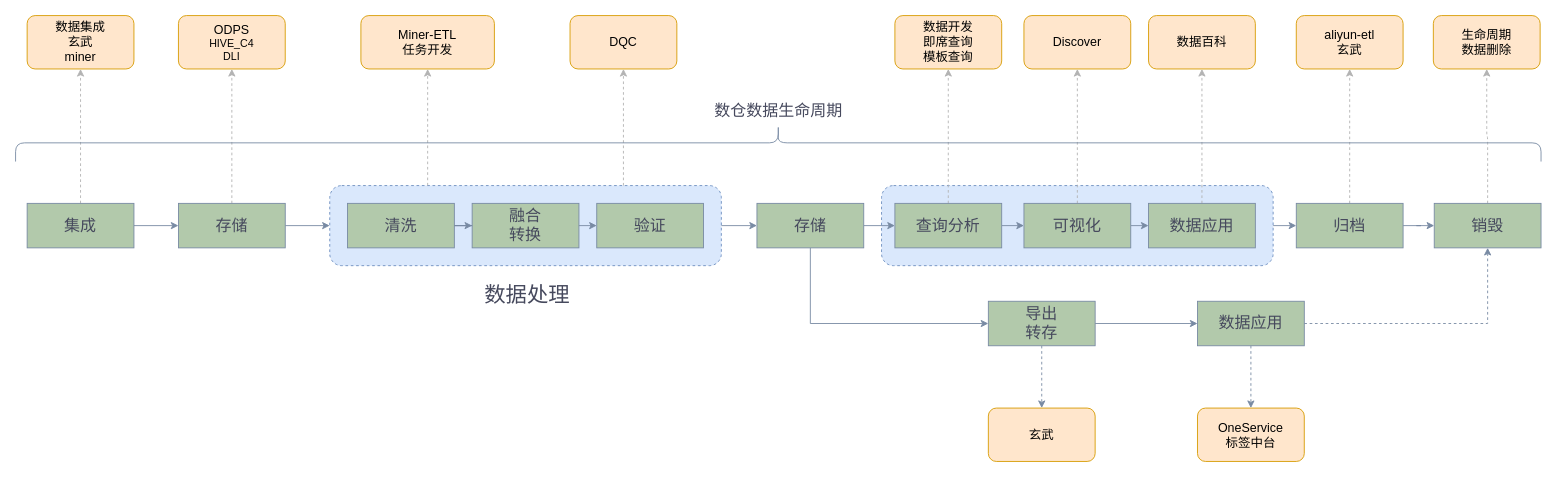
Earlier version of the draw.io diagram Untitled Diagram.drawio (hongweilv-whu/flowCharts). Source tidied: cells renumbered, new cells numbered last; positions are measured from the earlier drawing's top-left corner, leaving out a move shared by most shapes. Both pictures are drawn from the tidied source at 89%, with x=0, y=0 at pixel (15, 15).
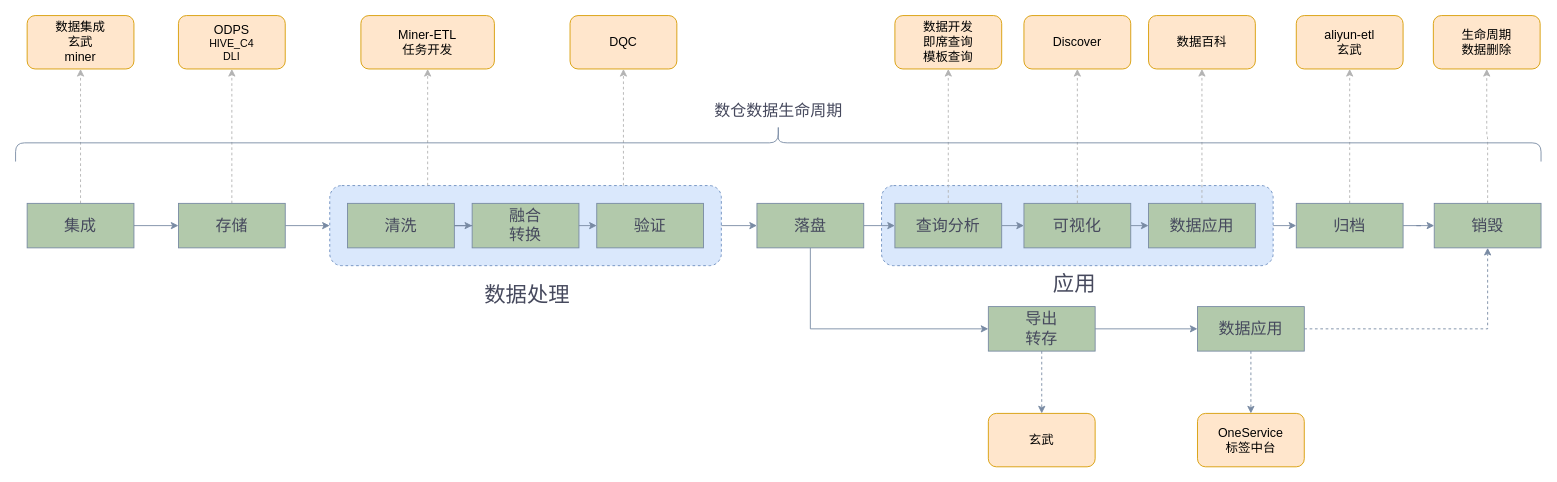
Above is the later version.

Diff of the diagram source:
```diff
@@
-    <mxCell id="11" value="&lt;font style=&quot;font-size: 18px&quot;&gt;存储&lt;/font&gt;" style="rounded=0;whiteSpace=wrap;html=1;fillColor=#B2C9AB;strokeColor=#788AA3;fontColor=#46495D;" parent="1" vertex="1">
+    <mxCell id="11" value="&lt;span style=&quot;font-size: 18px&quot;&gt;落盘&lt;/span&gt;" style="rounded=0;whiteSpace=wrap;html=1;fillColor=#B2C9AB;strokeColor=#788AA3;fontColor=#46495D;" parent="1" vertex="1">
       <mxGeometry x="833" y="211" width="120" height="50" as="geometry" />
     </mxCell>
@@
     <mxCell id="14" value="&lt;font style=&quot;font-size: 18px&quot;&gt;导出&lt;br&gt;转存&lt;br&gt;&lt;/font&gt;" style="rounded=0;whiteSpace=wrap;html=1;fillColor=#B2C9AB;strokeColor=#788AA3;fontColor=#46495D;" parent="1" vertex="1">
-      <mxGeometry x="1093" y="321" width="120" height="50" as="geometry" />
+      <mxGeometry x="1093" y="327" width="120" height="50" as="geometry" />
     </mxCell>
@@
     <mxCell id="36" value="&lt;font style=&quot;font-size: 18px&quot;&gt;数据应用&lt;/font&gt;" style="rounded=0;whiteSpace=wrap;html=1;fillColor=#B2C9AB;strokeColor=#788AA3;fontColor=#46495D;" parent="1" vertex="1">
-      <mxGeometry x="1328" y="321" width="120" height="50" as="geometry" />
+      <mxGeometry x="1328" y="327" width="120" height="50" as="geometry" />
     </mxCell>
@@
     <mxCell id="48" value="&lt;span style=&quot;font-size: 14px&quot;&gt;OneService&lt;br&gt;&lt;/span&gt;&lt;span style=&quot;font-size: 14px&quot;&gt;标签中台&lt;br&gt;&lt;/span&gt;" style="rounded=1;whiteSpace=wrap;html=1;sketch=0;strokeColor=#d79b00;fillColor=#ffe6cc;align=center;" parent="1" vertex="1">
-      <mxGeometry x="1328" y="441" width="120" height="60" as="geometry" />
+      <mxGeometry x="1328" y="447" width="120" height="60" as="geometry" />
     </mxCell>
@@
     <mxCell id="52" value="&lt;span style=&quot;font-size: 14px&quot;&gt;玄武&lt;br&gt;&lt;/span&gt;" style="rounded=1;whiteSpace=wrap;html=1;sketch=0;strokeColor=#d79b00;fillColor=#ffe6cc;align=center;" parent="1" vertex="1">
-      <mxGeometry x="1093" y="441" width="120" height="60" as="geometry" />
+      <mxGeometry x="1093" y="447" width="120" height="60" as="geometry" />
     </mxCell>
@@
+    <mxCell id="56" value="&lt;span style=&quot;font-size: 24px&quot;&gt;应用&lt;/span&gt;" style="text;html=1;strokeColor=none;fillColor=none;align=center;verticalAlign=middle;whiteSpace=wrap;rounded=0;sketch=0;fontColor=#46495D;" parent="1" vertex="1">
+      <mxGeometry x="1131" y="292" width="118" height="20" as="geometry" />
+    </mxCell>
```
